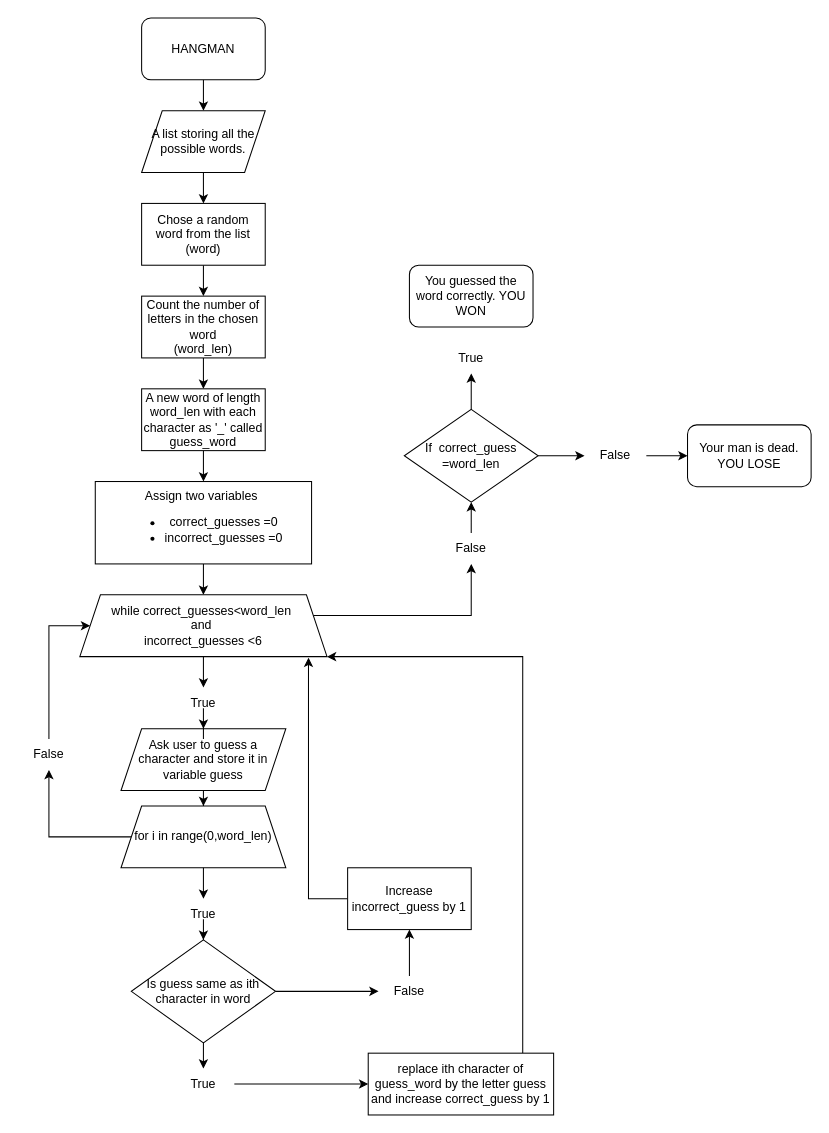
Before: Hangman.drawio in nidhi-bharti/Hangman, a draw.io diagram. Source tidied: cells renumbered, new cells numbered last; positions are measured from the earlier drawing's top-left corner, leaving out a move shared by most shapes. Both pictures are drawn from the tidied source at 103%, with x=0, y=0 at pixel (18, 18).
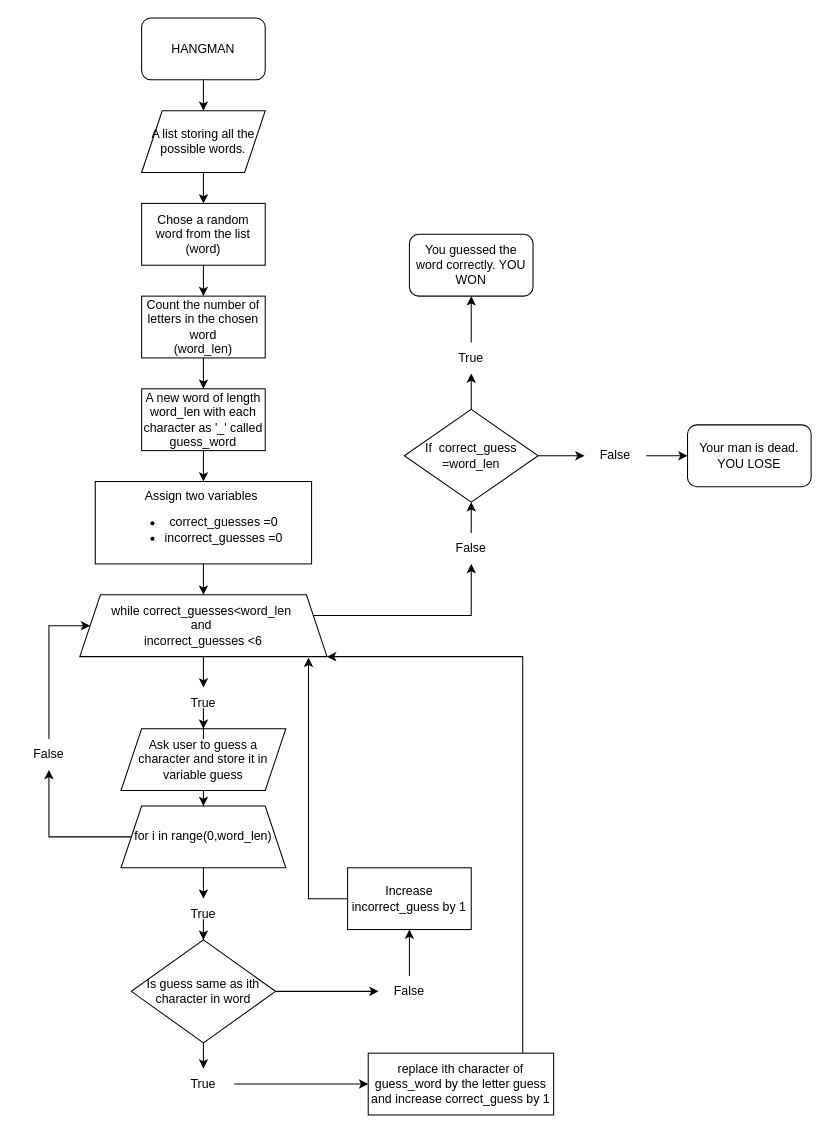
The same page after the edit.

Unchanged cells that the change refers to:
```xml
<mxCell id="47" value="True" style="text;html=1;strokeColor=none;fillColor=none;align=center;verticalAlign=middle;whiteSpace=wrap;rounded=0;" parent="1" vertex="1">
  <mxGeometry x="410" y="315" width="60" height="30" as="geometry" />
</mxCell>
```

Change to the diagram source:
```diff
@@
+    <mxCell id="49" style="edgeStyle=orthogonalEdgeStyle;rounded=0;jettySize=auto;html=1;entryX=0.5;entryY=1;entryDx=0;entryDy=0;" parent="1" edge="1" source="47" target="48">
+      <mxGeometry relative="1" as="geometry" />
+    </mxCell>
@@
     <mxCell id="48" value="You guessed the word correctly. YOU WON" style="rounded=1;whiteSpace=wrap;html=1;" parent="1" vertex="1">
-      <mxGeometry x="380" y="240" width="120" height="60" as="geometry" />
+      <mxGeometry x="380" y="210" width="120" height="60" as="geometry" />
     </mxCell>
```
